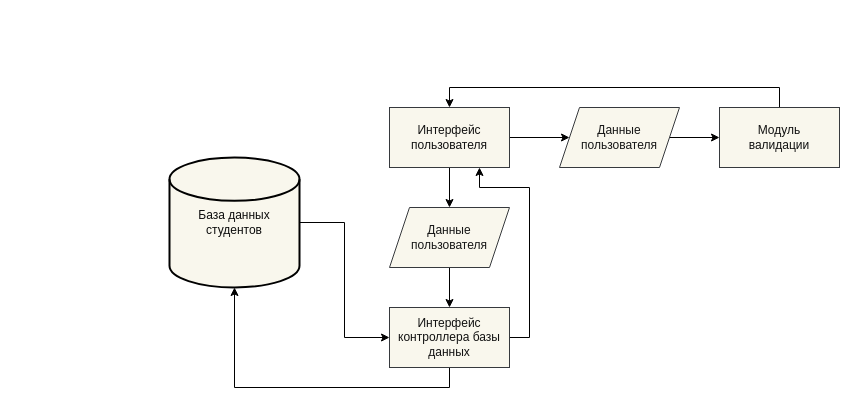
NISSAN-180SX-NISMO/StudentsAgain keeps this draw.io diagram as classDiagram.dio. Above is the earlier version. Source tidied: cells renumbered, new cells numbered last; positions are measured from the earlier drawing's top-left corner, leaving out a move shared by most shapes. Both pictures are drawn from the tidied source at 100%, with x=0, y=0 at pixel (169, 107).
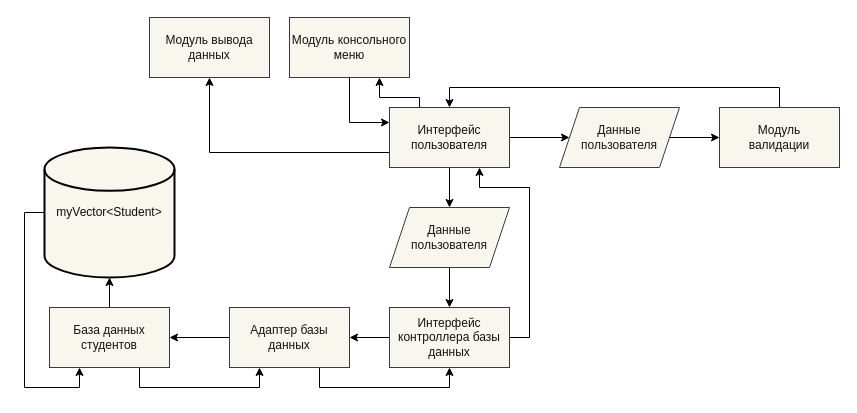
After the change.

The change refers to these unchanged cells:
```xml
<mxCell id="4" value="&lt;font color=&quot;#121212&quot;&gt;Интерфейс &lt;br&gt;пользователя&lt;/font&gt;" style="rounded=0;whiteSpace=wrap;html=1;fillColor=#f9f7ed;strokeColor=#36393d;" parent="1" vertex="1">
  <mxGeometry x="220" width="120" height="60" as="geometry" />
</mxCell>
<mxCell id="13" value="&lt;font color=&quot;#121212&quot;&gt;Интерфейс&lt;br&gt;контроллера базы данных&lt;/font&gt;" style="rounded=0;whiteSpace=wrap;html=1;fillColor=#f9f7ed;strokeColor=#36393d;" parent="1" vertex="1">
  <mxGeometry x="220" y="200" width="120" height="60" as="geometry" />
</mxCell>
```

Change to the diagram source:
```diff
@@
+    <mxCell id="16" style="edgeStyle=orthogonalEdgeStyle;rounded=0;jettySize=auto;html=1;entryX=0.5;entryY=1;entryDx=0;entryDy=0;fontColor=#121212;exitX=0;exitY=0.75;exitDx=0;exitDy=0;" parent="1" edge="1" source="4" target="26">
+      <mxGeometry relative="1" as="geometry" />
+    </mxCell>
+    <mxCell id="17" style="edgeStyle=orthogonalEdgeStyle;rounded=0;jettySize=auto;html=1;exitX=0.25;exitY=0;exitDx=0;exitDy=0;entryX=0.75;entryY=1;entryDx=0;entryDy=0;fontColor=#121212;" parent="1" edge="1" source="4" target="28">
+      <mxGeometry relative="1" as="geometry">
+        <Array as="points">
+          <mxPoint x="250" y="-10" />
+          <mxPoint x="210" y="-10" />
+        </Array>
+      </mxGeometry>
+    </mxCell>
@@
-    <mxCell id="12" style="edgeStyle=orthogonalEdgeStyle;rounded=0;jettySize=auto;html=1;entryX=0.5;entryY=1;entryDx=0;entryDy=0;entryPerimeter=0;fontColor=#121212;exitX=0.5;exitY=1;exitDx=0;exitDy=0;" parent="1" edge="1" source="13" target="15">
-      <mxGeometry relative="1" as="geometry" />
-    </mxCell>
+    <mxCell id="18" style="edgeStyle=orthogonalEdgeStyle;rounded=0;jettySize=auto;html=1;entryX=1;entryY=0.5;entryDx=0;entryDy=0;fontColor=#121212;" parent="1" edge="1" source="13" target="25">
+      <mxGeometry relative="1" as="geometry" />
+    </mxCell>
@@
-    <mxCell id="14" style="edgeStyle=orthogonalEdgeStyle;rounded=0;jettySize=auto;html=1;entryX=0;entryY=0.5;entryDx=0;entryDy=0;fontColor=#121212;exitX=1;exitY=0.5;exitDx=0;exitDy=0;exitPerimeter=0;" parent="1" edge="1" source="15" target="13">
-      <mxGeometry relative="1" as="geometry" />
-    </mxCell>
+    <mxCell id="19" style="edgeStyle=orthogonalEdgeStyle;rounded=0;jettySize=auto;html=1;entryX=0.25;entryY=1;entryDx=0;entryDy=0;fontColor=#121212;exitX=0;exitY=0.5;exitDx=0;exitDy=0;exitPerimeter=0;" parent="1" edge="1" source="15" target="22">
+      <mxGeometry relative="1" as="geometry" />
+    </mxCell>
-    <mxCell id="15" value="&lt;font style=&quot;&quot; color=&quot;#0d0d0d&quot;&gt;База данных студентов&lt;/font&gt;" style="strokeWidth=2;html=1;shape=mxgraph.flowchart.database;whiteSpace=wrap;labelBackgroundColor=none;fillColor=#f9f7ed;strokeColor=#000000;labelBorderColor=none;" parent="1" vertex="1">
-      <mxGeometry y="50" width="130" height="130" as="geometry" />
+    <mxCell id="15" value="&lt;font color=&quot;#0d0d0d&quot;&gt;myVector&amp;lt;Student&amp;gt;&lt;/font&gt;" style="strokeWidth=2;html=1;shape=mxgraph.flowchart.database;whiteSpace=wrap;labelBackgroundColor=none;fillColor=#f9f7ed;strokeColor=#000000;labelBorderColor=none;" parent="1" vertex="1">
+      <mxGeometry x="-125" y="40" width="130" height="130" as="geometry" />
     </mxCell>
+    <mxCell id="20" style="edgeStyle=orthogonalEdgeStyle;rounded=0;jettySize=auto;html=1;entryX=0.5;entryY=1;entryDx=0;entryDy=0;entryPerimeter=0;fontColor=#121212;" parent="1" edge="1" source="22" target="15">
+      <mxGeometry relative="1" as="geometry" />
+    </mxCell>
+    <mxCell id="21" style="edgeStyle=orthogonalEdgeStyle;rounded=0;jettySize=auto;html=1;entryX=0.25;entryY=1;entryDx=0;entryDy=0;fontColor=#121212;exitX=0.75;exitY=1;exitDx=0;exitDy=0;" parent="1" edge="1" source="22" target="25">
+      <mxGeometry relative="1" as="geometry" />
+    </mxCell>
+    <mxCell id="22" value="&lt;font color=&quot;#121212&quot;&gt;База данных студентов&lt;/font&gt;" style="rounded=0;whiteSpace=wrap;html=1;fillColor=#f9f7ed;strokeColor=#36393d;" parent="1" vertex="1">
+      <mxGeometry x="-120" y="200" width="120" height="60" as="geometry" />
+    </mxCell>
+    <mxCell id="23" style="edgeStyle=orthogonalEdgeStyle;rounded=0;jettySize=auto;html=1;entryX=1;entryY=0.5;entryDx=0;entryDy=0;fontColor=#121212;" parent="1" edge="1" source="25" target="22">
+      <mxGeometry relative="1" as="geometry" />
+    </mxCell>
+    <mxCell id="24" style="edgeStyle=orthogonalEdgeStyle;rounded=0;jettySize=auto;html=1;entryX=0.5;entryY=1;entryDx=0;entryDy=0;fontColor=#121212;exitX=0.75;exitY=1;exitDx=0;exitDy=0;" parent="1" edge="1" source="25" target="13">
+      <mxGeometry relative="1" as="geometry" />
+    </mxCell>
+    <mxCell id="25" value="&lt;font color=&quot;#121212&quot;&gt;Адаптер базы данных&lt;/font&gt;" style="rounded=0;whiteSpace=wrap;html=1;fillColor=#f9f7ed;strokeColor=#36393d;" parent="1" vertex="1">
+      <mxGeometry x="60" y="200" width="120" height="60" as="geometry" />
+    </mxCell>
+    <mxCell id="26" value="&lt;font color=&quot;#121212&quot;&gt;Модуль вывода данных&lt;/font&gt;" style="rounded=0;whiteSpace=wrap;html=1;fillColor=#f9f7ed;strokeColor=#36393d;" parent="1" vertex="1">
+      <mxGeometry x="-20" y="-90" width="120" height="60" as="geometry" />
+    </mxCell>
+    <mxCell id="27" style="edgeStyle=orthogonalEdgeStyle;rounded=0;jettySize=auto;html=1;entryX=0;entryY=0.25;entryDx=0;entryDy=0;fontColor=#121212;" parent="1" edge="1" source="28" target="4">
+      <mxGeometry relative="1" as="geometry" />
+    </mxCell>
+    <mxCell id="28" value="&lt;font color=&quot;#121212&quot;&gt;Модуль консольного меню&lt;/font&gt;" style="rounded=0;whiteSpace=wrap;html=1;fillColor=#f9f7ed;strokeColor=#36393d;" parent="1" vertex="1">
+      <mxGeometry x="120" y="-90" width="120" height="60" as="geometry" />
+    </mxCell>
```
